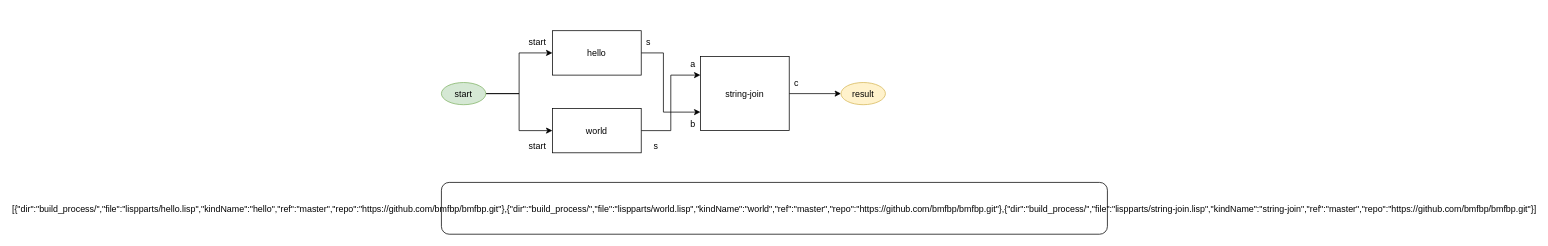
The draw.io diagram build_process/parts/diagram/worldhello.drawio in bmfbp/bmfbp, before the edit. Source tidied: cells renumbered, new cells numbered last; positions are measured from the earlier drawing's top-left corner, leaving out a move shared by most shapes. Both pictures are drawn from the tidied source at 74%, with x=0, y=0 at pixel (441, 30).
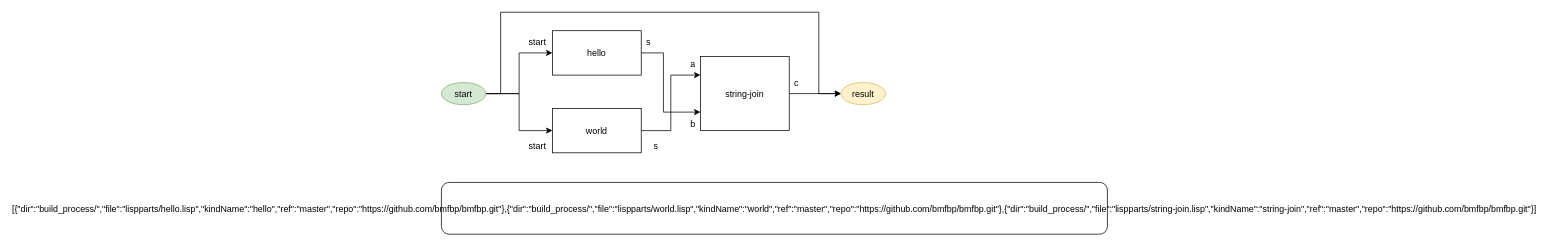
The same page after the edit.

Commit message (it also covers changes not shown here):
test feed-through start to result

Unchanged cells that the change refers to:
```xml
<mxCell id="15" value="start" style="ellipse;fillColor=#d5e8d4;strokeColor=#82b366;" parent="1" vertex="1">
  <mxGeometry y="70" width="60" height="30" as="geometry" />
</mxCell>
<mxCell id="16" value="result" style="ellipse;fillColor=#fff2cc;strokeColor=#d6b656;" parent="1" vertex="1">
  <mxGeometry x="540" y="70" width="60" height="30" as="geometry" />
</mxCell>
```

Diff of the diagram source:
```diff
@@
+    <mxCell id="20" style="edgeStyle=orthogonalEdgeStyle;rounded=0;jettySize=auto;html=1;exitX=1;exitY=0.5;exitDx=0;exitDy=0;entryX=0;entryY=0.5;entryDx=0;entryDy=0;" parent="1" edge="1" source="15" target="16">
+      <mxGeometry relative="1" as="geometry">
+        <Array as="points">
+          <mxPoint x="80" y="85" />
+          <mxPoint x="80" y="-25" />
+          <mxPoint x="510" y="-25" />
+          <mxPoint x="510" y="85" />
+        </Array>
+      </mxGeometry>
+    </mxCell>
```
